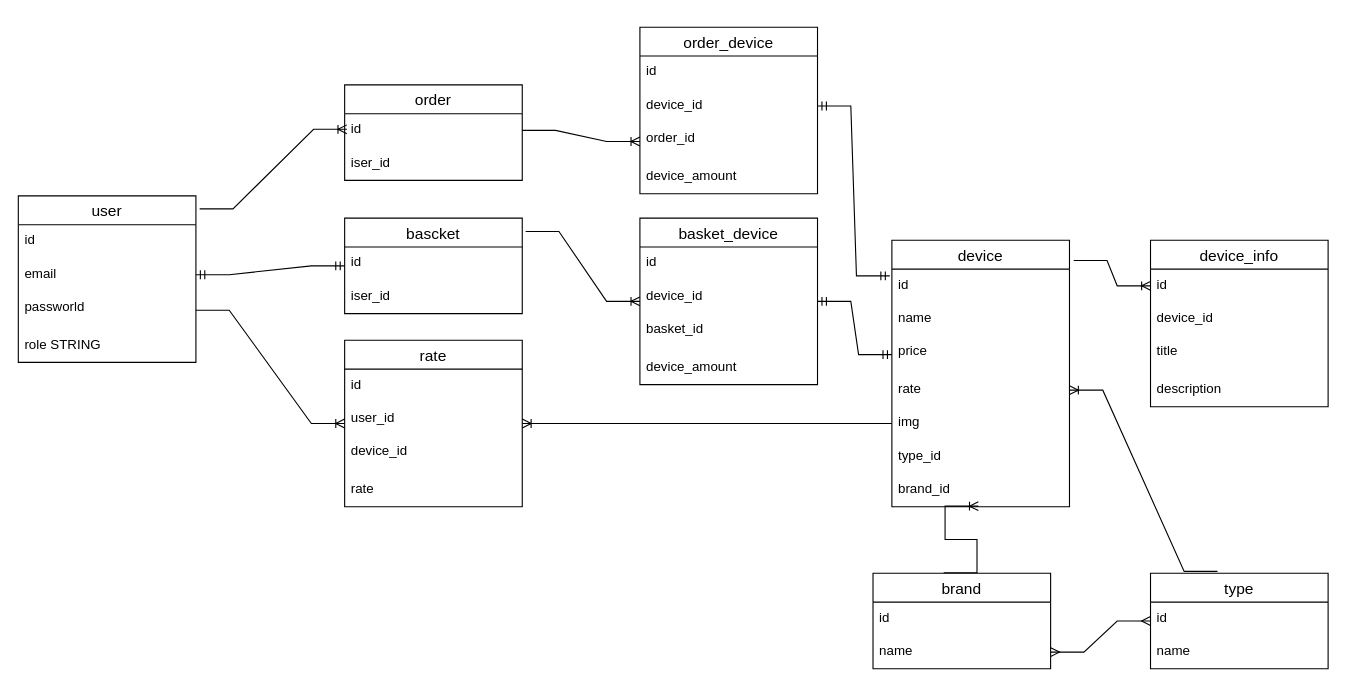
Earlier version of the draw.io diagram server/models/db_diagram.drawio (zaxel/react_simple_shop). Source tidied: cells renumbered, new cells numbered last; positions are measured from the earlier drawing's top-left corner, leaving out a move shared by most shapes. Both pictures are drawn from the tidied source at 111%, with x=0, y=0 at pixel (18, 27).
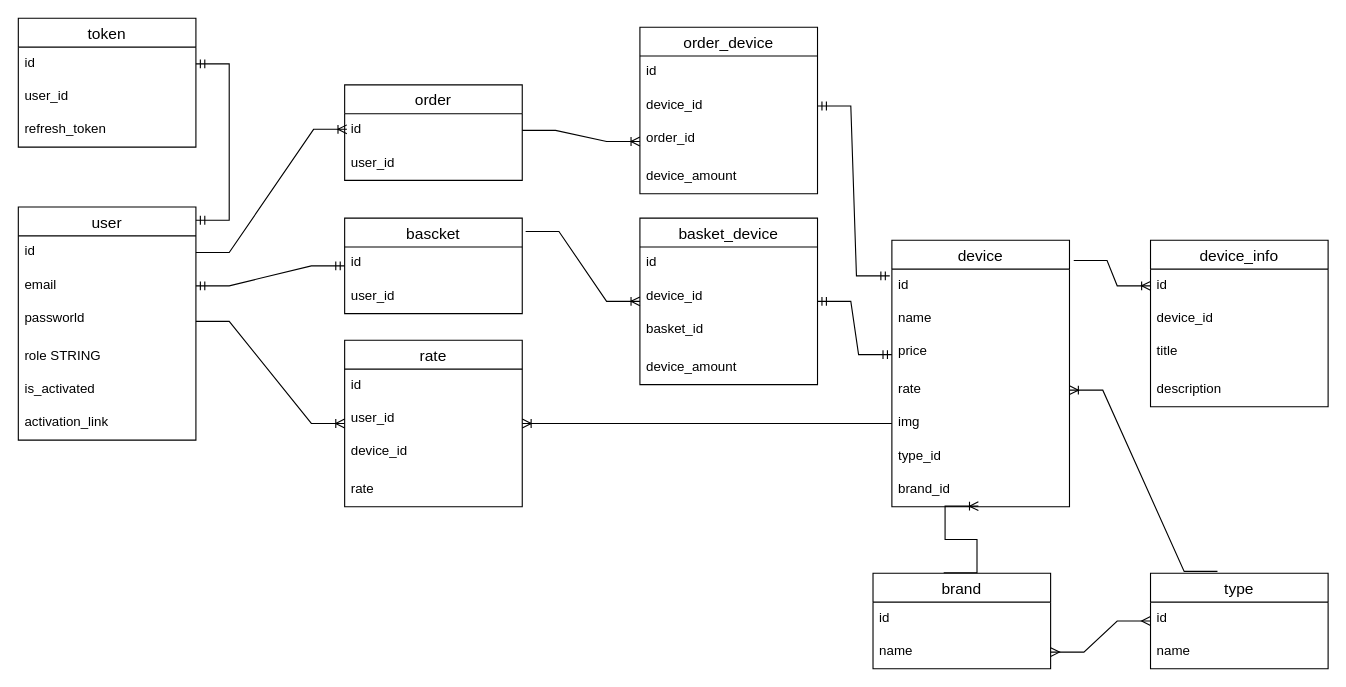
Above is the later version.

Commit message (it also covers changes not shown here):
db updated with token table. also db's model updated

The change refers to these unchanged cells:
```xml
<mxCell id="3" value="id" style="text;strokeColor=none;fillColor=none;spacingLeft=4;spacingRight=4;overflow=hidden;points=[[0,0.5],[1,0.5]];portConstraint=eastwest;fontSize=12;" parent="2" vertex="1">
  <mxGeometry y="26" width="160" height="30" as="geometry" />
</mxCell>
<mxCell id="7" value="bascket" style="swimlane;fontStyle=0;horizontal=1;startSize=26;align=center;fontSize=14;" parent="1" vertex="1">
  <mxGeometry x="294" y="172" width="160" height="86" as="geometry" />
</mxCell>
<mxCell id="48" value="order" style="swimlane;fontStyle=0;horizontal=1;startSize=26;align=center;fontSize=14;" parent="1" vertex="1">
  <mxGeometry x="294" y="52" width="160" height="86" as="geometry" />
</mxCell>
```

The edit, as a diff of the source:
```diff
@@
     <mxCell id="2" value="user" style="swimlane;fontStyle=0;horizontal=1;startSize=26;align=center;fontSize=14;" parent="1" vertex="1">
-      <mxGeometry y="152" width="160" height="150" as="geometry" />
+      <mxGeometry y="162" width="160" height="210" as="geometry" />
     </mxCell>
@@
+    <mxCell id="59" value="is_activated" style="text;strokeColor=none;fillColor=none;spacingLeft=4;spacingRight=4;overflow=hidden;fontSize=12;" parent="2" vertex="1">
+      <mxGeometry y="150" width="160" height="30" as="geometry" />
+    </mxCell>
+    <mxCell id="60" value="activation_link" style="text;strokeColor=none;fillColor=none;spacingLeft=4;spacingRight=4;overflow=hidden;fontSize=12;" parent="2" vertex="1">
+      <mxGeometry y="180" width="160" height="30" as="geometry" />
+    </mxCell>
@@
-    <mxCell id="9" value="iser_id" style="text;strokeColor=none;fillColor=none;spacingLeft=4;spacingRight=4;overflow=hidden;fontSize=12;" parent="7" vertex="1">
+    <mxCell id="9" value="user_id" style="text;strokeColor=none;fillColor=none;spacingLeft=4;spacingRight=4;overflow=hidden;fontSize=12;" parent="7" vertex="1">
       <mxGeometry y="56" width="160" height="30" as="geometry" />
     </mxCell>
@@
-    <mxCell id="50" value="iser_id" style="text;strokeColor=none;fillColor=none;spacingLeft=4;spacingRight=4;overflow=hidden;fontSize=12;" parent="48" vertex="1">
+    <mxCell id="50" value="user_id" style="text;strokeColor=none;fillColor=none;spacingLeft=4;spacingRight=4;overflow=hidden;fontSize=12;" parent="48" vertex="1">
       <mxGeometry y="56" width="160" height="30" as="geometry" />
     </mxCell>
@@
-    <mxCell id="58" style="edgeStyle=entityRelationEdgeStyle;fontSize=12;html=1;endArrow=ERoneToMany;rounded=0;entryX=0;entryY=0.5;entryDx=0;entryDy=0;exitX=1.021;exitY=0.078;exitDx=0;exitDy=0;exitPerimeter=0;" parent="1" edge="1" source="2">
+    <mxCell id="58" style="edgeStyle=entityRelationEdgeStyle;fontSize=12;html=1;endArrow=ERoneToMany;rounded=0;entryX=0;entryY=0.5;entryDx=0;entryDy=0;exitX=1;exitY=0.5;exitDx=0;exitDy=0;" parent="1" edge="1" source="3">
       <mxGeometry relative="1" as="geometry">
         <mxPoint x="296" y="92" as="targetPoint" />
       </mxGeometry>
     </mxCell>
+    <mxCell id="61" value="token" style="swimlane;fontStyle=0;horizontal=1;startSize=26;align=center;fontSize=14;" parent="1" vertex="1">
+      <mxGeometry y="-8" width="160" height="116" as="geometry" />
+    </mxCell>
+    <mxCell id="62" value="id" style="text;strokeColor=none;fillColor=none;spacingLeft=4;spacingRight=4;overflow=hidden;points=[[0,0.5],[1,0.5]];portConstraint=eastwest;fontSize=12;" parent="61" vertex="1">
+      <mxGeometry y="26" width="160" height="30" as="geometry" />
+    </mxCell>
+    <mxCell id="63" value="user_id" style="text;strokeColor=none;fillColor=none;spacingLeft=4;spacingRight=4;overflow=hidden;fontSize=12;" parent="61" vertex="1">
+      <mxGeometry y="56" width="160" height="30" as="geometry" />
+    </mxCell>
+    <mxCell id="64" value="refresh_token" style="text;strokeColor=none;fillColor=none;spacingLeft=4;spacingRight=4;overflow=hidden;fontSize=12;" parent="61" vertex="1">
+      <mxGeometry y="86" width="160" height="30" as="geometry" />
+    </mxCell>
+    <mxCell id="65" style="edgeStyle=entityRelationEdgeStyle;fontSize=12;html=1;endArrow=ERmandOne;startArrow=ERmandOne;rounded=0;entryX=1;entryY=0.057;entryDx=0;entryDy=0;entryPerimeter=0;" parent="1" edge="1" source="62" target="2">
+      <mxGeometry relative="1" as="geometry" />
+    </mxCell>
```
